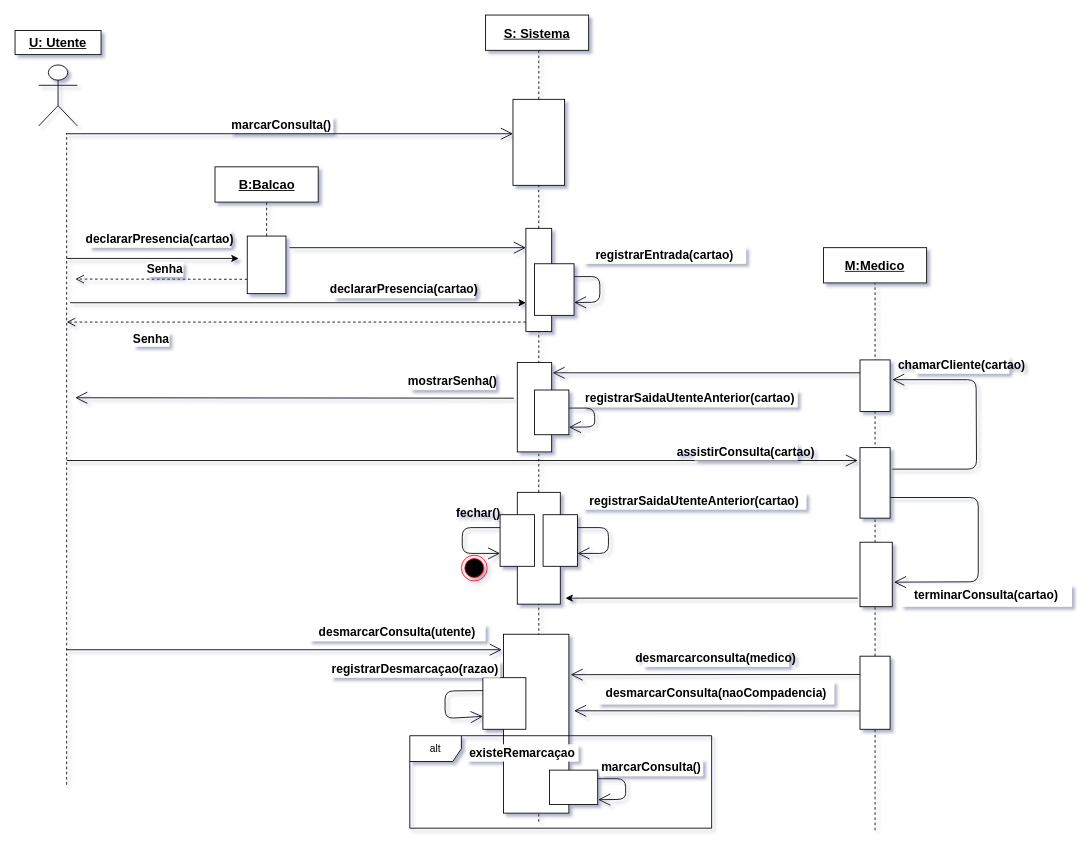
Above: DiagramaDeSequencia-ConsultasMedicas.drawio in getSierralta/Si-Centro-Hospitalar-Upskill (draw.io), before the change. Source tidied: cells renumbered, new cells numbered last; positions are measured from the earlier drawing's top-left corner, leaving out a move shared by most shapes. Both pictures are drawn from the tidied source at 86%, with x=0, y=0 at pixel (15, 15).
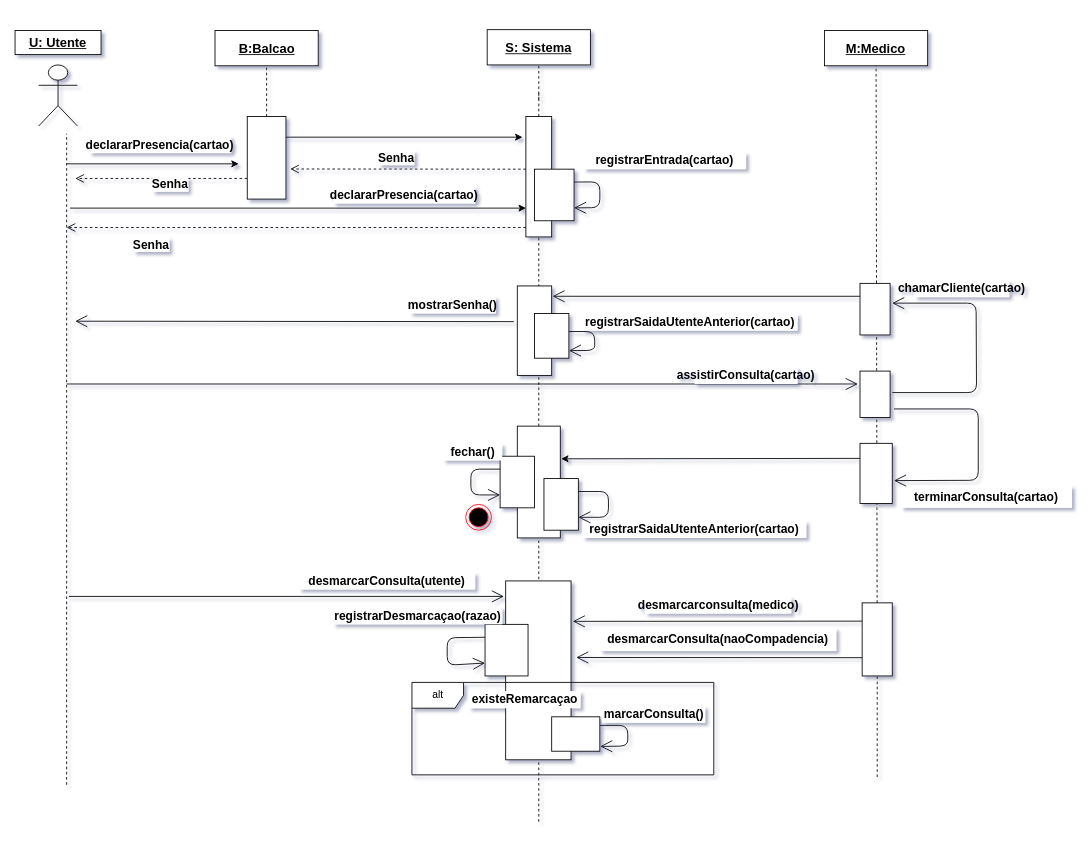
The same page after the edit.

The edit, as a diff of the source:
```diff
@@
-    <mxCell id="2" style="endArrow=none;dashed=1;html=1;" parent="1" edge="1" source="21">
+    <mxCell id="2" style="endArrow=none;dashed=1;html=1;" parent="1" edge="1">
       <mxGeometry relative="1" as="geometry">
+        <mxPoint x="609" y="98" as="sourcePoint" />
         <mxPoint x="609" y="37" as="targetPoint" />
       </mxGeometry>
     </mxCell>
     <mxCell id="3" style="endArrow=classic;html=1;" parent="1" edge="1">
       <mxGeometry relative="1" as="geometry">
-        <mxPoint x="60" y="283" as="sourcePoint" />
-        <mxPoint x="260" y="283" as="targetPoint" />
+        <mxPoint x="60" y="173" as="sourcePoint" />
+        <mxPoint x="260" y="173" as="targetPoint" />
       </mxGeometry>
     </mxCell>
     <mxCell id="4" value="declararPresencia(cartao)" style="text;html=1;strokeColor=none;align=center;verticalAlign=middle;whiteSpace=wrap;rounded=0;fontStyle=1;fontSize=14;fillColor=#ffffff;" parent="1" vertex="1">
-      <mxGeometry x="86.2" y="250.5" width="165" height="20" as="geometry" />
+      <mxGeometry x="86.2" y="140.5" width="165" height="20" as="geometry" />
     </mxCell>
     <mxCell id="5" style="rounded=0;whiteSpace=wrap;html=1;" parent="1" vertex="1">
-      <mxGeometry x="594" y="248" width="30" height="120" as="geometry" />
+      <mxGeometry x="594" y="118" width="30" height="140" as="geometry" />
     </mxCell>
@@
     <mxCell id="7" style="endArrow=open;endFill=1;endSize=12;html=1;" parent="1" edge="1">
       <mxGeometry relative="1" as="geometry">
-        <mxPoint x="580" y="445.5" as="sourcePoint" />
-        <mxPoint x="70" y="445" as="targetPoint" />
+        <mxPoint x="580" y="356.5" as="sourcePoint" />
+        <mxPoint x="70" y="356" as="targetPoint" />
       </mxGeometry>
     </mxCell>
     <mxCell id="8" style="rounded=0;whiteSpace=wrap;html=1;" parent="1" vertex="1">
-      <mxGeometry x="584" y="404" width="40" height="104" as="geometry" />
+      <mxGeometry x="584" y="315" width="40" height="104" as="geometry" />
     </mxCell>
     <mxCell id="9" value="mostrarSenha()" style="text;html=1;strokeColor=none;align=center;verticalAlign=middle;whiteSpace=wrap;rounded=0;fontStyle=1;fontSize=14;fillColor=#ffffff;" parent="1" vertex="1">
-      <mxGeometry x="459" y="416" width="100" height="20" as="geometry" />
+      <mxGeometry x="459" y="327" width="100" height="20" as="geometry" />
     </mxCell>
     <mxCell id="10" style="endArrow=open;endFill=1;endSize=12;html=1;exitX=0;exitY=0.25;exitDx=0;exitDy=0;" parent="1" edge="1" source="58">
       <mxGeometry relative="1" as="geometry">
-        <mxPoint x="625" y="416" as="targetPoint" />
+        <mxPoint x="625" y="327" as="targetPoint" />
       </mxGeometry>
     </mxCell>
     <mxCell id="11" style="rounded=0;whiteSpace=wrap;html=1;" parent="1" vertex="1">
-      <mxGeometry x="604" y="436" width="40" height="52" as="geometry" />
+      <mxGeometry x="604" y="347" width="40" height="52" as="geometry" />
     </mxCell>
     <mxCell id="12" style="rounded=0;whiteSpace=wrap;html=1;" parent="1" vertex="1">
-      <mxGeometry x="584" y="555" width="50" height="130" as="geometry" />
+      <mxGeometry x="584" y="478" width="50" height="130" as="geometry" />
     </mxCell>
@@
     <mxCell id="14" style="rounded=0;whiteSpace=wrap;html=1;" parent="1" vertex="1">
-      <mxGeometry x="564" y="581" width="40" height="60" as="geometry" />
+      <mxGeometry x="564" y="513" width="40" height="60" as="geometry" />
     </mxCell>
     <mxCell id="15" style="rounded=0;whiteSpace=wrap;html=1;" parent="1" vertex="1">
-      <mxGeometry x="614" y="581" width="40" height="60" as="geometry" />
+      <mxGeometry x="615" y="539" width="40" height="60" as="geometry" />
     </mxCell>
-    <mxCell id="16" value="fechar()" style="text;html=1;strokeColor=none;fillColor=none;align=center;verticalAlign=middle;whiteSpace=wrap;rounded=0;fontStyle=1;fontSize=14;" parent="1" vertex="1">
-      <mxGeometry x="519" y="569" width="40" height="20" as="geometry" />
+    <mxCell id="16" value="fechar()" style="text;html=1;strokeColor=none;align=center;verticalAlign=middle;whiteSpace=wrap;rounded=0;fontStyle=1;fontSize=14;fillColor=#ffffff;" parent="1" vertex="1">
+      <mxGeometry x="497.5" y="498" width="69" height="20" as="geometry" />
     </mxCell>
     <mxCell id="17" style="endArrow=open;endFill=1;endSize=12;html=1;" parent="1" edge="1">
       <mxGeometry relative="1" as="geometry">
-        <mxPoint x="60" y="518" as="sourcePoint" />
-        <mxPoint x="980" y="518" as="targetPoint" />
+        <mxPoint x="60" y="429" as="sourcePoint" />
+        <mxPoint x="980" y="429" as="targetPoint" />
       </mxGeometry>
     </mxCell>
     <mxCell id="18" value="assistirConsulta(cartao)" style="text;html=1;strokeColor=none;align=center;verticalAlign=middle;whiteSpace=wrap;rounded=0;fontStyle=1;fontSize=14;fillColor=#ffffff;" parent="1" vertex="1">
-      <mxGeometry x="790" y="498" width="120" height="20" as="geometry" />
+      <mxGeometry x="790" y="409" width="120" height="20" as="geometry" />
     </mxCell>
     <mxCell id="19" style="rounded=0;whiteSpace=wrap;html=1;" parent="1" vertex="1">
-      <mxGeometry x="568" y="720" width="76" height="208" as="geometry" />
+      <mxGeometry x="570.5" y="658" width="76" height="208" as="geometry" />
     </mxCell>
-    <mxCell id="20" value="marcarConsulta()" style="text;html=1;strokeColor=none;align=center;verticalAlign=middle;whiteSpace=wrap;rounded=0;fontStyle=1;fontSize=14;fillColor=#ffffff;" parent="1" vertex="1">
-      <mxGeometry x="250" y="118" width="120" height="20" as="geometry" />
-    </mxCell>
-    <mxCell id="21" style="rounded=0;whiteSpace=wrap;html=1;" parent="1" vertex="1">
-      <mxGeometry x="579" y="98" width="60" height="100" as="geometry" />
-    </mxCell>
-    <mxCell id="22" style="endArrow=none;dashed=1;html=1;entryX=0.5;entryY=1;entryDx=0;entryDy=0;" parent="1" edge="1" source="5" target="21">
-      <mxGeometry relative="1" as="geometry" />
+    <mxCell id="22" style="endArrow=none;dashed=1;html=1;entryX=0.5;entryY=1;entryDx=0;entryDy=0;" parent="1" edge="1" source="5">
+      <mxGeometry relative="1" as="geometry">
+        <mxPoint x="609" y="88" as="targetPoint" />
+      </mxGeometry>
     </mxCell>
     <mxCell id="23" style="endArrow=open;endFill=1;endSize=12;html=1;exitX=0;exitY=0.25;exitDx=0;exitDy=0;" parent="1" edge="1" source="63">
       <mxGeometry relative="1" as="geometry">
-        <mxPoint x="646" y="767" as="targetPoint" />
+        <mxPoint x="648.5" y="705" as="targetPoint" />
       </mxGeometry>
     </mxCell>
     <mxCell id="24" style="endArrow=open;endFill=1;endSize=12;html=1;exitX=0;exitY=0.75;exitDx=0;exitDy=0;" parent="1" edge="1" source="63">
       <mxGeometry relative="1" as="geometry">
-        <mxPoint x="650" y="809" as="targetPoint" />
+        <mxPoint x="652.5" y="747" as="targetPoint" />
       </mxGeometry>
     </mxCell>
     <mxCell id="25" value="desmarcarconsulta(medico)" style="text;html=1;strokeColor=none;align=center;verticalAlign=middle;whiteSpace=wrap;rounded=0;fontStyle=1;fontSize=14;fillColor=#ffffff;" parent="1" vertex="1">
-      <mxGeometry x="730" y="738" width="170" height="20" as="geometry" />
+      <mxGeometry x="732.5" y="676" width="170" height="20" as="geometry" />
     </mxCell>
     <mxCell id="26" style="endArrow=open;endFill=1;endSize=12;html=1;" parent="1" edge="1">
       <mxGeometry relative="1" as="geometry">
-        <mxPoint x="60" y="738" as="sourcePoint" />
-        <mxPoint x="566" y="738" as="targetPoint" />
+        <mxPoint x="62.5" y="676" as="sourcePoint" />
+        <mxPoint x="568.5" y="676" as="targetPoint" />
       </mxGeometry>
     </mxCell>
     <mxCell id="27" value="desmarcarConsulta(utente)" style="text;html=1;strokeColor=none;align=center;verticalAlign=middle;whiteSpace=wrap;rounded=0;fontStyle=1;fontSize=14;fillColor=#ffffff;" parent="1" vertex="1">
-      <mxGeometry x="342" y="708" width="205" height="20" as="geometry" />
+      <mxGeometry x="330" y="648" width="205" height="20" as="geometry" />
     </mxCell>
     <mxCell id="28" style="rounded=0;whiteSpace=wrap;html=1;strokeColor=#000000;fillColor=#ffffff;" parent="1" vertex="1">
-      <mxGeometry x="544" y="770.5" width="50" height="60" as="geometry" />
+      <mxGeometry x="546.5" y="708.5" width="50" height="60" as="geometry" />
     </mxCell>
     <mxCell id="29" value="registrarSaidaUtenteAnterior(cartao)" style="text;html=1;strokeColor=none;align=center;verticalAlign=middle;whiteSpace=wrap;rounded=0;rotation=0;fontStyle=1;fontSize=14;fillColor=#ffffff;" parent="1" vertex="1">
-      <mxGeometry x="660" y="436" width="250" height="20" as="geometry" />
+      <mxGeometry x="660" y="347" width="250" height="20" as="geometry" />
     </mxCell>
     <mxCell id="30" value="registrarDesmarcaçao(razao)" style="text;html=1;strokeColor=none;align=center;verticalAlign=middle;whiteSpace=wrap;rounded=0;fontStyle=1;fontSize=14;fillColor=#ffffff;" parent="1" vertex="1">
-      <mxGeometry x="367" y="750.5" width="197" height="20" as="geometry" />
+      <mxGeometry x="369.5" y="688.5" width="197" height="20" as="geometry" />
     </mxCell>
@@
     <mxCell id="32" value="S: Sistema" style="text;html=1;align=center;verticalAlign=middle;whiteSpace=wrap;rounded=0;fontStyle=5;fillColor=#ffffff;strokeColor=#000000;fontSize=15;" parent="1" vertex="1">
-      <mxGeometry x="547" width="120" height="41" as="geometry" />
+      <mxGeometry x="549" y="17" width="120" height="41" as="geometry" />
     </mxCell>
     <mxCell id="33" value="B:Balcao" style="text;html=1;align=center;verticalAlign=middle;whiteSpace=wrap;rounded=0;fontStyle=5;fillColor=#ffffff;strokeColor=#000000;fontSize=15;" parent="1" vertex="1">
-      <mxGeometry x="232.5" y="176.5" width="120" height="41" as="geometry" />
+      <mxGeometry x="232.5" y="18" width="120" height="41" as="geometry" />
     </mxCell>
@@
     <mxCell id="35" value="&lt;b&gt;Senha&lt;/b&gt;" style="html=1;verticalAlign=bottom;endArrow=open;dashed=1;endSize=8;fontSize=14;exitX=0;exitY=0.75;exitDx=0;exitDy=0;" parent="1" edge="1" source="49">
-      <mxGeometry x="-0.04" relative="1" as="geometry">
-        <mxPoint x="70" y="307" as="targetPoint" />
+      <mxGeometry x="-0.1" y="18" relative="1" as="geometry">
+        <mxPoint x="70" y="190" as="targetPoint" />
       </mxGeometry>
     </mxCell>
     <mxCell id="36" style="ellipse;html=1;shape=endState;fillColor=#000000;strokeColor=#ff0000;fontSize=14;" parent="1" vertex="1">
-      <mxGeometry x="519" y="628" width="30" height="30" as="geometry" />
+      <mxGeometry x="524" y="569" width="30" height="30" as="geometry" />
     </mxCell>
@@
-    <mxCell id="39" style="endArrow=open;endFill=1;endSize=12;html=1;" parent="1" edge="1">
-      <mxGeometry relative="1" as="geometry">
-        <mxPoint x="59" y="138" as="sourcePoint" />
-        <mxPoint x="579" y="138" as="targetPoint" />
-      </mxGeometry>
-    </mxCell>
     <mxCell id="40" style="endArrow=open;endFill=1;endSize=12;html=1;entryX=1.001;entryY=0.831;entryDx=0;entryDy=0;entryPerimeter=0;" parent="1" edge="1" target="11">
       <mxGeometry relative="1" as="geometry">
-        <mxPoint x="644" y="457" as="sourcePoint" />
+        <mxPoint x="644" y="368" as="sourcePoint" />
         <Array as="points">
-          <mxPoint x="674" y="457" />
-          <mxPoint x="674" y="479" />
+          <mxPoint x="674" y="368" />
+          <mxPoint x="674" y="390" />
         </Array>
       </mxGeometry>
     </mxCell>
     <mxCell id="41" value="declararPresencia(cartao)" style="text;html=1;strokeColor=none;align=center;verticalAlign=middle;whiteSpace=wrap;rounded=0;fontStyle=1;fontSize=14;fillColor=#ffffff;" parent="1" vertex="1">
-      <mxGeometry x="370" y="309.2" width="165" height="20" as="geometry" />
+      <mxGeometry x="370" y="199.2" width="165" height="20" as="geometry" />
     </mxCell>
     <mxCell id="42" value="&lt;b&gt;Senha&lt;/b&gt;" style="html=1;verticalAlign=bottom;endArrow=open;dashed=1;endSize=8;fontSize=14;exitX=0;exitY=1;exitDx=0;exitDy=0;" parent="1" edge="1">
       <mxGeometry x="0.63" y="31" relative="1" as="geometry">
-        <mxPoint x="594" y="357" as="sourcePoint" />
-        <mxPoint x="60" y="357" as="targetPoint" />
+        <mxPoint x="594" y="247" as="sourcePoint" />
+        <mxPoint x="60" y="247" as="targetPoint" />
         <mxPoint x="-1" as="offset" />
       </mxGeometry>
     </mxCell>
     <mxCell id="43" value="M:Medico" style="text;html=1;align=center;verticalAlign=middle;whiteSpace=wrap;rounded=0;fontStyle=5;fillColor=#ffffff;strokeColor=#000000;fontSize=15;" parent="1" vertex="1">
-      <mxGeometry x="940" y="270.5" width="120" height="41" as="geometry" />
+      <mxGeometry x="941.2" y="18" width="120" height="41" as="geometry" />
     </mxCell>
     <mxCell id="44" value="desmarcarConsulta(naoCompadencia)" style="text;html=1;strokeColor=none;align=center;verticalAlign=middle;whiteSpace=wrap;rounded=0;fontStyle=1;fontSize=14;fillColor=#ffffff;" parent="1" vertex="1">
-      <mxGeometry x="677.5" y="774.5" width="275" height="27" as="geometry" />
+      <mxGeometry x="680" y="712.5" width="275" height="27" as="geometry" />
     </mxCell>
     <mxCell id="45" value="chamarCliente(cartao)" style="text;html=1;strokeColor=none;align=center;verticalAlign=middle;whiteSpace=wrap;rounded=0;fontStyle=1;fontSize=14;fillColor=#ffffff;" parent="1" vertex="1">
-      <mxGeometry x="1046" y="397" width="110" height="20" as="geometry" />
+      <mxGeometry x="1046" y="308" width="110" height="20" as="geometry" />
     </mxCell>
     <mxCell id="46" value="terminarConsulta(cartao)" style="text;html=1;strokeColor=none;align=center;verticalAlign=middle;whiteSpace=wrap;rounded=0;fontStyle=1;fontSize=14;fillColor=#ffffff;" parent="1" vertex="1">
-      <mxGeometry x="1030" y="662" width="199" height="26" as="geometry" />
+      <mxGeometry x="1030" y="547" width="199" height="26" as="geometry" />
     </mxCell>
-    <mxCell id="47" style="endArrow=open;endFill=1;endSize=12;html=1;exitX=1;exitY=0.5;exitDx=0;exitDy=0;entryX=1.053;entryY=0.619;entryDx=0;entryDy=0;entryPerimeter=0;" parent="1" edge="1" target="61">
+    <mxCell id="47" style="endArrow=open;endFill=1;endSize=12;html=1;entryX=1.053;entryY=0.619;entryDx=0;entryDy=0;entryPerimeter=0;" parent="1" edge="1" target="61">
       <mxGeometry relative="1" as="geometry">
-        <mxPoint x="1017.5" y="561" as="sourcePoint" />
+        <mxPoint x="1022" y="458" as="sourcePoint" />
         <Array as="points">
-          <mxPoint x="1120" y="561" />
-          <mxPoint x="1120" y="659" />
+          <mxPoint x="1120" y="458" />
+          <mxPoint x="1120" y="541" />
         </Array>
       </mxGeometry>
     </mxCell>
     <mxCell id="48" style="endArrow=open;endFill=1;endSize=12;html=1;entryX=1.069;entryY=0.383;entryDx=0;entryDy=0;entryPerimeter=0;" parent="1" edge="1" target="58">
       <mxGeometry relative="1" as="geometry">
-        <mxPoint x="1020" y="528" as="sourcePoint" />
+        <mxPoint x="1020" y="439" as="sourcePoint" />
         <Array as="points">
-          <mxPoint x="1118" y="528" />
-          <mxPoint x="1117.5" y="424" />
+          <mxPoint x="1118" y="439" />
+          <mxPoint x="1117.5" y="335" />
         </Array>
       </mxGeometry>
     </mxCell>
     <mxCell id="49" style="rounded=0;whiteSpace=wrap;html=1;" parent="1" vertex="1">
-      <mxGeometry x="270" y="257" width="45" height="67" as="geometry" />
+      <mxGeometry x="270" y="118" width="45" height="96" as="geometry" />
     </mxCell>
     <mxCell id="50" style="endArrow=classic;html=1;" parent="1" edge="1">
       <mxGeometry relative="1" as="geometry">
-        <mxPoint x="64" y="334.5" as="sourcePoint" />
-        <mxPoint x="594" y="334.5" as="targetPoint" />
+        <mxPoint x="64" y="224.5" as="sourcePoint" />
+        <mxPoint x="594" y="224.5" as="targetPoint" />
       </mxGeometry>
     </mxCell>
-    <mxCell id="51" style="endArrow=open;endFill=1;endSize=12;html=1;" parent="1" edge="1">
-      <mxGeometry relative="1" as="geometry">
-        <mxPoint x="319" y="270.5" as="sourcePoint" />
-        <mxPoint x="594" y="270.5" as="targetPoint" />
-      </mxGeometry>
-    </mxCell>
     <mxCell id="52" style="rounded=0;whiteSpace=wrap;html=1;" parent="1" vertex="1">
-      <mxGeometry x="604" y="289.2" width="46" height="60" as="geometry" />
+      <mxGeometry x="604" y="179.2" width="46" height="60" as="geometry" />
     </mxCell>
     <mxCell id="53" style="endArrow=open;endFill=1;endSize=12;html=1;exitX=1;exitY=0.25;exitDx=0;exitDy=0;entryX=1;entryY=0.75;entryDx=0;entryDy=0;" parent="1" edge="1" source="52" target="52">
       <mxGeometry relative="1" as="geometry">
         <Array as="points">
-          <mxPoint x="680" y="304" />
-          <mxPoint x="680" y="334" />
+          <mxPoint x="680" y="194" />
+          <mxPoint x="680" y="224" />
         </Array>
       </mxGeometry>
     </mxCell>
     <mxCell id="54" value="registrarEntrada(cartao)" style="text;html=1;strokeColor=none;align=center;verticalAlign=middle;whiteSpace=wrap;rounded=0;rotation=0;fontStyle=1;fontSize=14;fillColor=#ffffff;" parent="1" vertex="1">
-      <mxGeometry x="661" y="269.2" width="189" height="20" as="geometry" />
+      <mxGeometry x="661" y="159.2" width="189" height="20" as="geometry" />
     </mxCell>
     <mxCell id="55" value="registrarSaidaUtenteAnterior(cartao)" style="text;html=1;strokeColor=none;align=center;verticalAlign=middle;whiteSpace=wrap;rounded=0;rotation=0;fontStyle=1;fontSize=14;fillColor=#ffffff;" parent="1" vertex="1">
-      <mxGeometry x="660" y="555" width="260" height="20" as="geometry" />
+      <mxGeometry x="660" y="588" width="260" height="20" as="geometry" />
     </mxCell>
@@
     <mxCell id="57" style="rounded=0;whiteSpace=wrap;html=1;" parent="1" vertex="1">
-      <mxGeometry x="982.5" y="503" width="35" height="82" as="geometry" />
+      <mxGeometry x="982.5" y="414" width="35" height="54" as="geometry" />
     </mxCell>
     <mxCell id="58" style="rounded=0;whiteSpace=wrap;html=1;" parent="1" vertex="1">
-      <mxGeometry x="982.5" y="401" width="35" height="60" as="geometry" />
+      <mxGeometry x="982.5" y="312" width="35" height="60" as="geometry" />
     </mxCell>
     <mxCell id="59" style="endArrow=open;endFill=1;endSize=12;html=1;exitX=0;exitY=0.25;exitDx=0;exitDy=0;entryX=0;entryY=0.75;entryDx=0;entryDy=0;" parent="1" edge="1" source="14" target="14">
       <mxGeometry relative="1" as="geometry">
         <Array as="points">
-          <mxPoint x="520" y="596" />
-          <mxPoint x="520" y="626" />
+          <mxPoint x="530" y="528" />
+          <mxPoint x="530" y="558" />
         </Array>
       </mxGeometry>
     </mxCell>
     <mxCell id="60" style="endArrow=open;endFill=1;endSize=12;html=1;exitX=1;exitY=0.25;exitDx=0;exitDy=0;entryX=1;entryY=0.75;entryDx=0;entryDy=0;" parent="1" edge="1" source="15" target="15">
       <mxGeometry relative="1" as="geometry">
         <Array as="points">
-          <mxPoint x="690" y="596" />
-          <mxPoint x="690" y="626" />
+          <mxPoint x="690" y="554" />
+          <mxPoint x="690" y="584" />
         </Array>
       </mxGeometry>
     </mxCell>
     <mxCell id="61" style="rounded=0;whiteSpace=wrap;html=1;fillColor=#ffffff;" parent="1" vertex="1">
-      <mxGeometry x="982.5" y="613" width="37.5" height="75" as="geometry" />
+      <mxGeometry x="982.5" y="498" width="37.5" height="70" as="geometry" />
     </mxCell>
-    <mxCell id="62" style="endArrow=classic;html=1;" parent="1" edge="1">
+    <mxCell id="62" style="endArrow=classic;html=1;exitX=0;exitY=0.25;exitDx=0;exitDy=0;" parent="1" edge="1" source="61">
       <mxGeometry relative="1" as="geometry">
-        <mxPoint x="980" y="678" as="sourcePoint" />
-        <mxPoint x="640" y="678" as="targetPoint" />
+        <mxPoint x="635" y="516" as="targetPoint" />
       </mxGeometry>
     </mxCell>
     <mxCell id="63" style="rounded=0;whiteSpace=wrap;html=1;" parent="1" vertex="1">
-      <mxGeometry x="982.5" y="745.5" width="35" height="85" as="geometry" />
+      <mxGeometry x="985" y="683.5" width="35" height="85" as="geometry" />
     </mxCell>
     <mxCell id="64" style="endArrow=none;dashed=1;html=1;entryX=0.5;entryY=1;entryDx=0;entryDy=0;" parent="1" edge="1" target="63">
       <mxGeometry relative="1" as="geometry">
-        <mxPoint x="1000" y="948" as="sourcePoint" />
+        <mxPoint x="1002.5" y="886" as="sourcePoint" />
       </mxGeometry>
     </mxCell>
     <mxCell id="65" style="endArrow=open;endFill=1;endSize=12;html=1;exitX=0;exitY=0.25;exitDx=0;exitDy=0;entryX=0;entryY=0.75;entryDx=0;entryDy=0;" parent="1" edge="1" source="28" target="28">
       <mxGeometry relative="1" as="geometry">
         <Array as="points">
-          <mxPoint x="500" y="786" />
-          <mxPoint x="500" y="818" />
+          <mxPoint x="502.5" y="724" />
+          <mxPoint x="502.5" y="756" />
         </Array>
       </mxGeometry>
     </mxCell>
     <mxCell id="66" value="existeRemarcaçao" style="text;html=1;strokeColor=none;align=center;verticalAlign=middle;whiteSpace=wrap;rounded=0;fillColor=#ffffff;fontStyle=1;fontSize=14;" parent="1" vertex="1">
-      <mxGeometry x="525" y="848" width="130" height="20" as="geometry" />
+      <mxGeometry x="527.5" y="786" width="130" height="20" as="geometry" />
     </mxCell>
     <mxCell id="67" style="rounded=0;whiteSpace=wrap;html=1;fillColor=#ffffff;fontSize=14;" parent="1" vertex="1">
-      <mxGeometry x="621.5" y="878" width="56" height="40" as="geometry" />
+      <mxGeometry x="624" y="816" width="56" height="40" as="geometry" />
     </mxCell>
     <mxCell id="68" style="endArrow=open;endFill=1;endSize=12;html=1;fontSize=14;exitX=1;exitY=0.25;exitDx=0;exitDy=0;entryX=1.009;entryY=0.86;entryDx=0;entryDy=0;entryPerimeter=0;" parent="1" edge="1" source="67" target="67">
       <mxGeometry relative="1" as="geometry">
         <Array as="points">
-          <mxPoint x="710" y="888" />
-          <mxPoint x="710" y="912" />
+          <mxPoint x="712.5" y="826" />
+          <mxPoint x="712.5" y="850" />
         </Array>
       </mxGeometry>
     </mxCell>
     <mxCell id="69" value="marcarConsulta()" style="text;html=1;strokeColor=none;align=center;verticalAlign=middle;whiteSpace=wrap;rounded=0;fontStyle=1;fontSize=14;fillColor=#ffffff;" parent="1" vertex="1">
-      <mxGeometry x="680" y="865" width="120" height="20" as="geometry" />
+      <mxGeometry x="682.5" y="803" width="120" height="20" as="geometry" />
     </mxCell>
     <mxCell id="70" value="alt" style="shape=umlFrame;whiteSpace=wrap;html=1;fillColor=#ffffff;" parent="1" vertex="1">
-      <mxGeometry x="459" y="838" width="351" height="107.5" as="geometry" />
+      <mxGeometry x="461.5" y="776" width="351" height="107.5" as="geometry" />
     </mxCell>
+    <mxCell id="71" value="&lt;b&gt;Senha&lt;/b&gt;" style="html=1;verticalAlign=bottom;endArrow=open;dashed=1;endSize=8;fontSize=14;exitX=0;exitY=1;exitDx=0;exitDy=0;" parent="1" edge="1">
+      <mxGeometry x="0.1" y="-2" relative="1" as="geometry">
+        <mxPoint x="594" y="179.2" as="sourcePoint" />
+        <mxPoint x="320" y="179" as="targetPoint" />
+      </mxGeometry>
+    </mxCell>
+    <mxCell id="72" style="endArrow=classic;html=1;exitX=1;exitY=0.25;exitDx=0;exitDy=0;" parent="1" edge="1" source="49">
+      <mxGeometry relative="1" as="geometry">
+        <mxPoint x="590" y="142" as="targetPoint" />
+      </mxGeometry>
+    </mxCell>
```
